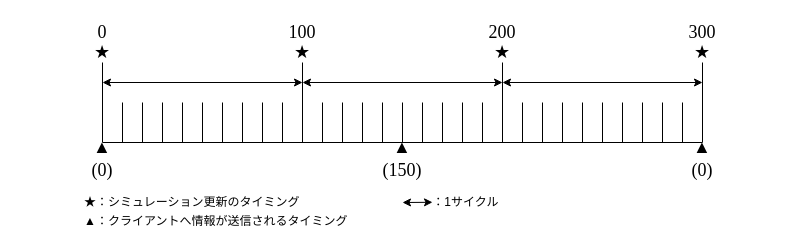
Above: 2/connection.drawio in SuperTikuwa/thesis-images (draw.io), before the change. Source tidied: cells renumbered, new cells numbered last; positions are measured from the earlier drawing's top-left corner, leaving out a move shared by most shapes. Both pictures are drawn from the tidied source at 100%, with x=0, y=0 at pixel (82, 17).
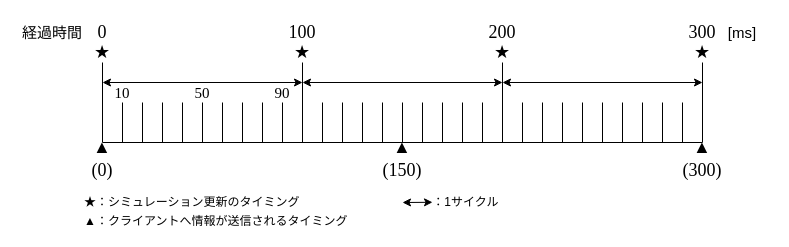
After the change.

Commit message:
connection.drawio を更新します

Diff of the diagram source:
```diff
@@
-    <mxCell id="40" value="&lt;font face=&quot;Times New Roman&quot; style=&quot;font-size: 18px;&quot;&gt;(0)&lt;/font&gt;" style="text;html=1;strokeColor=none;fillColor=none;align=center;verticalAlign=middle;whiteSpace=wrap;rounded=0;fontSize=18;" parent="1" vertex="1">
+    <mxCell id="40" value="&lt;font face=&quot;Times New Roman&quot; style=&quot;font-size: 18px;&quot;&gt;(300)&lt;/font&gt;" style="text;html=1;strokeColor=none;fillColor=none;align=center;verticalAlign=middle;whiteSpace=wrap;rounded=0;fontSize=18;" parent="1" vertex="1">
       <mxGeometry x="605" y="137.5" width="30" height="30" as="geometry" />
     </mxCell>
@@
+    <mxCell id="55" value="&lt;font face=&quot;Times New Roman&quot; style=&quot;font-size: 15px;&quot;&gt;10&lt;/font&gt;" style="text;html=1;strokeColor=none;fillColor=none;align=center;verticalAlign=middle;whiteSpace=wrap;rounded=0;fontSize=15;" parent="1" vertex="1">
+      <mxGeometry x="25" y="60" width="30" height="30" as="geometry" />
+    </mxCell>
+    <mxCell id="56" value="&lt;font face=&quot;Times New Roman&quot; style=&quot;font-size: 15px;&quot;&gt;50&lt;/font&gt;" style="text;html=1;strokeColor=none;fillColor=none;align=center;verticalAlign=middle;whiteSpace=wrap;rounded=0;fontSize=15;" parent="1" vertex="1">
+      <mxGeometry x="105" y="60" width="30" height="30" as="geometry" />
+    </mxCell>
+    <mxCell id="57" value="&lt;font face=&quot;Times New Roman&quot; style=&quot;font-size: 15px;&quot;&gt;90&lt;/font&gt;" style="text;html=1;strokeColor=none;fillColor=none;align=center;verticalAlign=middle;whiteSpace=wrap;rounded=0;fontSize=15;" parent="1" vertex="1">
+      <mxGeometry x="185" y="60" width="30" height="30" as="geometry" />
+    </mxCell>
+    <mxCell id="58" value="[ms]" style="text;html=1;strokeColor=none;fillColor=none;align=center;verticalAlign=middle;whiteSpace=wrap;rounded=0;fontSize=15;" parent="1" vertex="1">
+      <mxGeometry x="630" width="60" height="30" as="geometry" />
+    </mxCell>
+    <mxCell id="59" value="経過時間" style="text;html=1;strokeColor=none;fillColor=none;align=center;verticalAlign=middle;whiteSpace=wrap;rounded=0;fontSize=15;" parent="1" vertex="1">
+      <mxGeometry x="-65" width="70" height="30" as="geometry" />
+    </mxCell>
```
